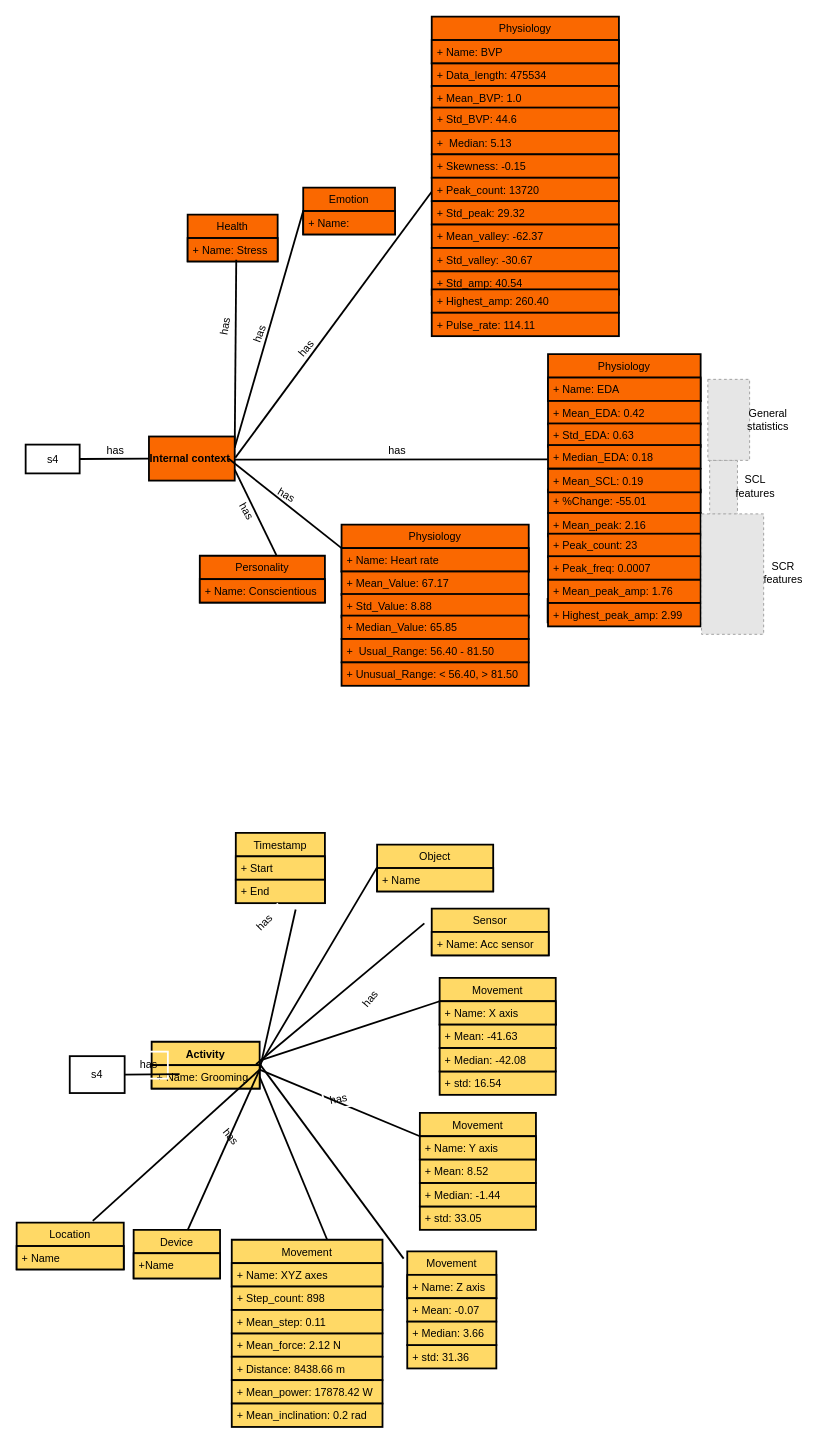
Above: um_article.drawio in oluwande/zmPDSwR (draw.io), before the change. Source tidied: cells renumbered, new cells numbered last; positions are measured from the earlier drawing's top-left corner, leaving out a move shared by most shapes. Both pictures are drawn from the tidied source at 90%, with x=0, y=0 at pixel (16, 16). Pictures stored in the file or linked from it are replaced by grey dashed boxes.
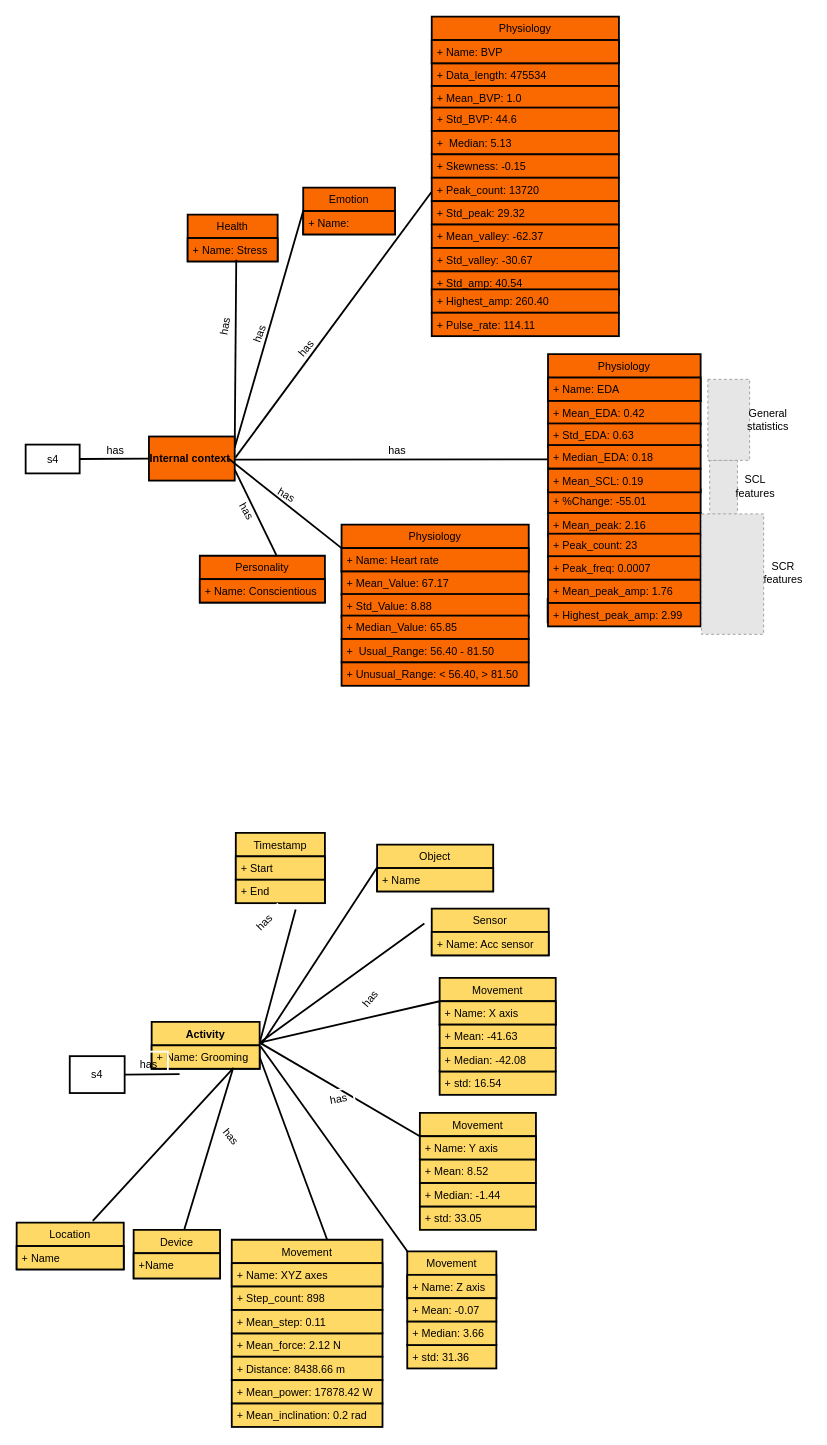
Above is the later version.

The change refers to these unchanged cells:
```xml
<mxCell id="69" value="Device" style="swimlane;fontStyle=0;align=center;verticalAlign=top;horizontal=1;startSize=26;fontSize=12;strokeColor=#000000;strokeWidth=2;fillColor=#FFD966;fontColor=#000000;" parent="1" vertex="1">
  <mxGeometry x="130" y="1348" width="96" height="54" as="geometry" />
</mxCell>
<mxCell id="75" value="+ Name: Grooming" style="text;strokeColor=#000000;fillColor=#FFD966;align=left;verticalAlign=top;spacingLeft=4;spacingRight=4;overflow=hidden;points=[[0,0.5],[1,0.5]];portConstraint=eastwest;fontSize=12;fontStyle=0;fontColor=#000000;strokeWidth=2;" parent="74" vertex="1">
  <mxGeometry y="26" width="120" height="26" as="geometry" />
</mxCell>
<mxCell id="76" value="Location" style="swimlane;fontStyle=0;align=center;verticalAlign=top;horizontal=1;startSize=26;fontSize=12;strokeColor=#000000;strokeWidth=2;fillColor=#FFD966;fontColor=#000000;" parent="1" vertex="1">
  <mxGeometry y="1340" width="119" height="52" as="geometry" />
</mxCell>
<mxCell id="90" value="+ Name" style="text;strokeColor=#000000;fillColor=#FFD966;align=left;verticalAlign=top;spacingLeft=4;spacingRight=4;overflow=hidden;points=[[0,0.5],[1,0.5]];portConstraint=eastwest;fontSize=12;fontStyle=0;fontColor=#000000;strokeWidth=2;" parent="89" vertex="1">
  <mxGeometry y="26" width="129" height="26" as="geometry" />
</mxCell>
<mxCell id="91" value="Movement" style="swimlane;fontStyle=0;align=center;verticalAlign=top;horizontal=1;startSize=26;fontSize=12;strokeColor=#000000;strokeWidth=2;fillColor=#FFD966;fontColor=#000000;" parent="1" vertex="1">
  <mxGeometry x="470" y="1068" width="129" height="52" as="geometry" />
</mxCell>
<mxCell id="96" value="Movement" style="swimlane;fontStyle=0;align=center;verticalAlign=top;horizontal=1;startSize=26;fontSize=12;strokeColor=#000000;strokeWidth=2;fillColor=#FFD966;fontColor=#000000;" parent="1" vertex="1">
  <mxGeometry x="448" y="1218" width="129" height="52" as="geometry" />
</mxCell>
<mxCell id="115" value="Movement" style="swimlane;fontStyle=0;align=center;verticalAlign=top;horizontal=1;startSize=26;fontSize=12;strokeColor=#000000;strokeWidth=2;fillColor=#FFD966;fontColor=#000000;" parent="114" vertex="1">
  <mxGeometry width="99" height="52" as="geometry" />
</mxCell>
```

What changed in the source:
```diff
@@
     <mxCell id="74" value="Activity" style="swimlane;fontStyle=1;align=center;verticalAlign=top;horizontal=1;startSize=26;fontSize=12;strokeColor=#000000;strokeWidth=2;fillColor=#FFD966;fontColor=#000000;" parent="1" vertex="1">
-      <mxGeometry x="150" y="1139" width="120" height="52" as="geometry" />
+      <mxGeometry x="150" y="1117" width="120" height="52" as="geometry" />
     </mxCell>
@@
     <mxCell id="78" style="endArrow=none;html=1;rounded=0;fontSize=12;strokeWidth=2;strokeColor=#000000;" parent="1" edge="1">
       <mxGeometry relative="1" as="geometry">
-        <mxPoint x="270" y="1170" as="sourcePoint" />
+        <mxPoint x="270" y="1140" as="sourcePoint" />
         <mxPoint x="310" y="992" as="targetPoint" />
       </mxGeometry>
     </mxCell>
-    <mxCell id="79" style="endArrow=none;html=1;rounded=0;fontSize=12;exitX=0.967;exitY=0.481;exitDx=0;exitDy=0;strokeWidth=2;strokeColor=#000000;exitPerimeter=0;" parent="1" edge="1" source="74">
+    <mxCell id="79" style="endArrow=none;html=1;rounded=0;fontSize=12;strokeWidth=2;strokeColor=#000000;" parent="1" edge="1">
       <mxGeometry relative="1" as="geometry">
+        <mxPoint x="270" y="1140" as="sourcePoint" />
         <mxPoint x="453" y="1007.5" as="targetPoint" />
       </mxGeometry>
     </mxCell>
-    <mxCell id="80" style="endArrow=none;html=1;rounded=0;fontSize=12;strokeWidth=2;strokeColor=#000000;entryX=-0.003;entryY=-0.007;entryDx=0;entryDy=0;entryPerimeter=0;" parent="1" edge="1" target="90">
-      <mxGeometry relative="1" as="geometry">
-        <mxPoint x="270" y="1165" as="sourcePoint" />
-      </mxGeometry>
+    <mxCell id="80" style="endArrow=none;html=1;rounded=0;fontSize=12;strokeWidth=2;strokeColor=#000000;entryX=-0.003;entryY=-0.007;entryDx=0;entryDy=0;entryPerimeter=0;exitX=1.017;exitY=-0.038;exitDx=0;exitDy=0;exitPerimeter=0;" parent="1" edge="1" source="75" target="90">
+      <mxGeometry relative="1" as="geometry" />
     </mxCell>
-    <mxCell id="81" style="endArrow=none;html=1;rounded=0;fontSize=12;strokeWidth=2;strokeColor=#000000;entryX=1.008;entryY=0;entryDx=0;entryDy=0;entryPerimeter=0;" parent="1" edge="1" target="75">
-      <mxGeometry relative="1" as="geometry">
-        <mxPoint x="430" y="1380" as="sourcePoint" />
-      </mxGeometry>
+    <mxCell id="81" style="endArrow=none;html=1;rounded=0;fontSize=12;strokeWidth=2;strokeColor=#000000;exitX=0.061;exitY=0.154;exitDx=0;exitDy=0;exitPerimeter=0;entryX=1.008;entryY=0.038;entryDx=0;entryDy=0;entryPerimeter=0;" parent="1" edge="1" source="115" target="75">
+      <mxGeometry relative="1" as="geometry" />
     </mxCell>
     <mxCell id="82" style="endArrow=none;html=1;rounded=0;fontSize=12;strokeWidth=2;strokeColor=#000000;entryX=0;entryY=0.5;entryDx=0;entryDy=0;" parent="1" edge="1" target="96">
       <mxGeometry relative="1" as="geometry">
-        <mxPoint x="270" y="1170" as="sourcePoint" />
+        <mxPoint x="270" y="1140" as="sourcePoint" />
       </mxGeometry>
     </mxCell>
@@
     <mxCell id="110" style="endArrow=none;html=1;rounded=0;fontSize=12;strokeWidth=2;strokeColor=#000000;entryX=0;entryY=0.5;entryDx=0;entryDy=0;" parent="1" edge="1" target="91">
       <mxGeometry relative="1" as="geometry">
-        <mxPoint x="270" y="1160" as="sourcePoint" />
+        <mxPoint x="270" y="1140" as="sourcePoint" />
       </mxGeometry>
     </mxCell>
@@
     <mxCell id="112" style="endArrow=none;html=1;rounded=0;fontSize=12;strokeWidth=2;strokeColor=#000000;" parent="1" edge="1" source="69">
       <mxGeometry relative="1" as="geometry">
-        <mxPoint x="270" y="1170" as="targetPoint" />
+        <mxPoint x="240" y="1170" as="targetPoint" />
       </mxGeometry>
     </mxCell>
-    <mxCell id="113" style="endArrow=none;html=1;rounded=0;fontSize=12;strokeWidth=2;strokeColor=#000000;exitX=0.711;exitY=-0.038;exitDx=0;exitDy=0;exitPerimeter=0;" parent="1" edge="1" source="76">
-      <mxGeometry relative="1" as="geometry">
-        <mxPoint x="270" y="1170" as="targetPoint" />
-      </mxGeometry>
+    <mxCell id="113" style="endArrow=none;html=1;rounded=0;fontSize=12;strokeWidth=2;strokeColor=#000000;exitX=0.711;exitY=-0.038;exitDx=0;exitDy=0;exitPerimeter=0;entryX=0.758;entryY=0.962;entryDx=0;entryDy=0;entryPerimeter=0;" parent="1" edge="1" source="76" target="75">
+      <mxGeometry relative="1" as="geometry" />
     </mxCell>
```
